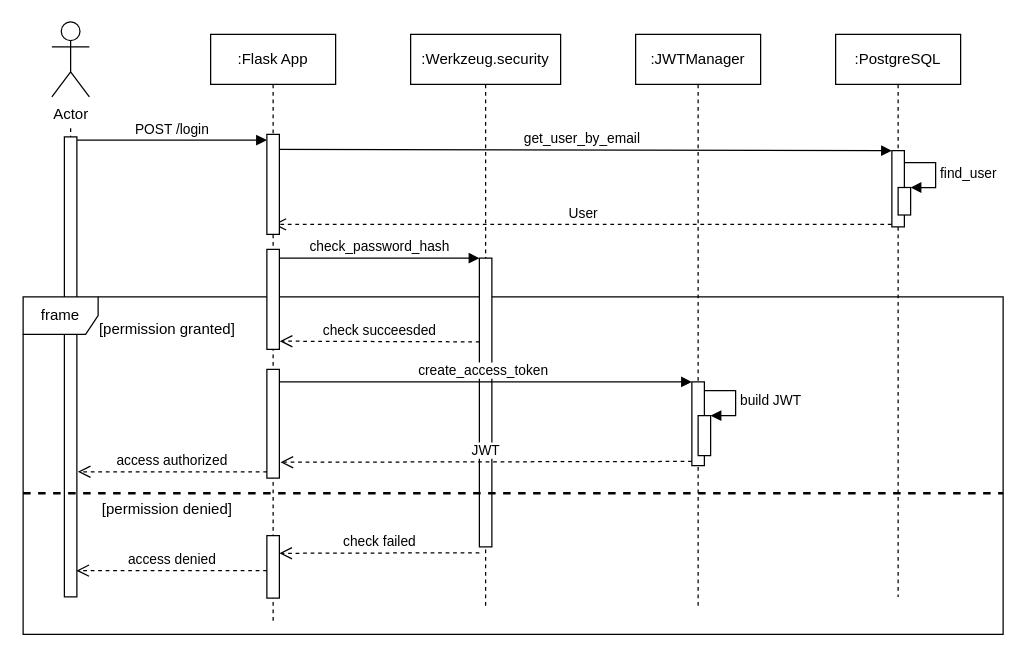
Earlier version of the draw.io diagram sequence_authenticate.drawio (DrXneaky/Diagram). Source tidied: cells renumbered, new cells numbered last; positions are measured from the earlier drawing's top-left corner, leaving out a move shared by most shapes. Both pictures are drawn from the tidied source at 125%, with x=0, y=0 at pixel (22, 21).
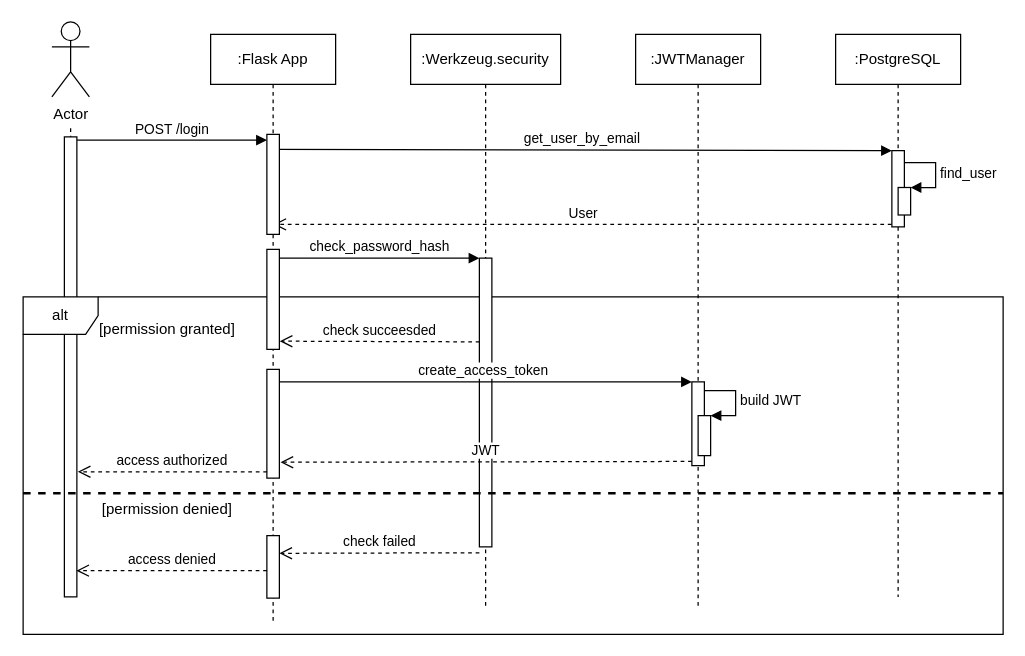
The same diagram, later.

The edit, as a diff of the source:
```diff
@@
-    <mxCell id="4" value="frame" style="shape=umlFrame;whiteSpace=wrap;html=1;shadow=0;" parent="1" vertex="1">
+    <mxCell id="4" value="alt" style="shape=umlFrame;whiteSpace=wrap;html=1;shadow=0;" parent="1" vertex="1">
       <mxGeometry y="220" width="784" height="270" as="geometry" />
     </mxCell>
```
